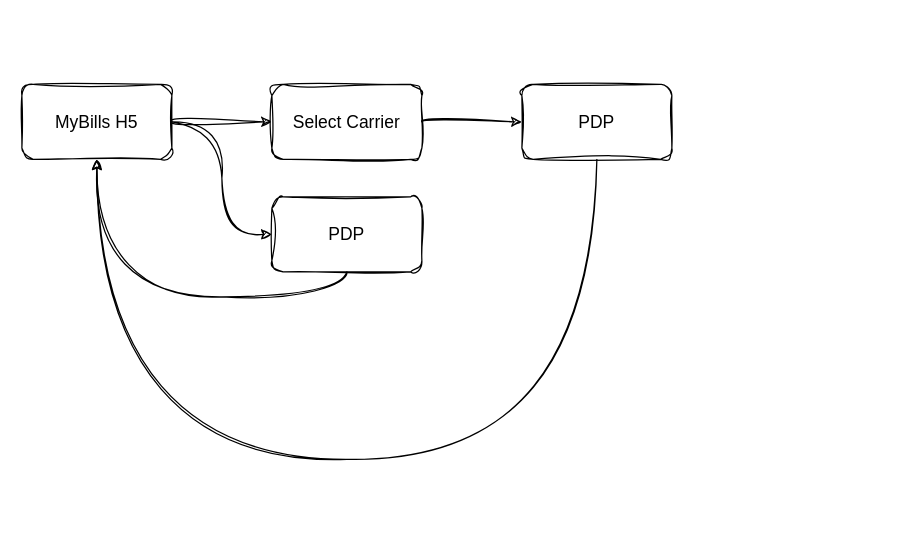
This is page "第 2 页" (2 of 2) of BillCenter.drawio from Darkindom/draw-the-diagrams, a draw.io file, before an edit. Source tidied: cells renumbered, new cells numbered last; positions are measured from the earlier drawing's top-left corner, leaving out a move shared by most shapes. Both pictures are drawn from the tidied source at 125%, with x=0, y=0 at pixel (21, 84).
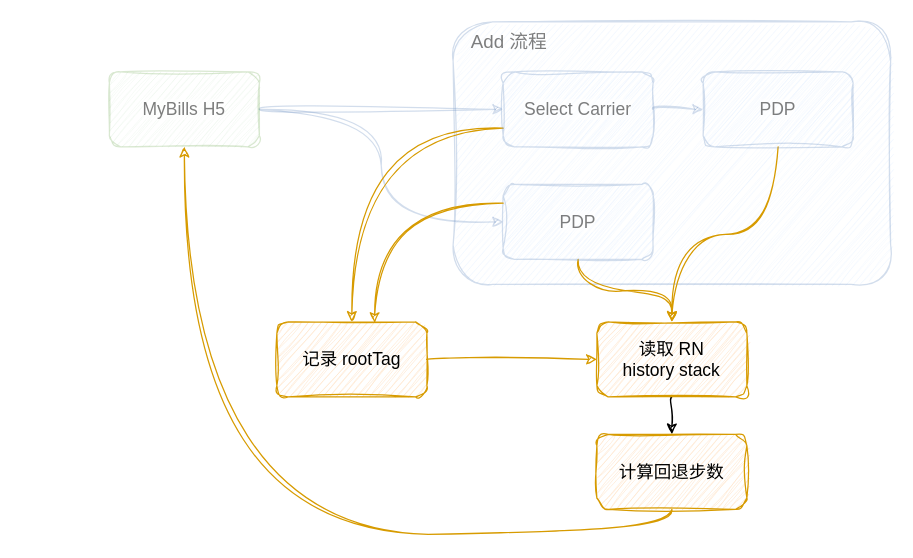
After the change.

Diff of the diagram source:
```diff
@@
+    <mxCell id="11" style="rounded=1;whiteSpace=wrap;html=1;sketch=1;hachureGap=4;jiggle=2;curveFitting=1;fontFamily=Architects Daughter;fontSize=11;labelBackgroundColor=default;fillColor=#dae8fc;strokeColor=#6c8ebf;opacity=30;" parent="1" vertex="1">
+      <mxGeometry x="345" y="-50" width="350" height="210" as="geometry" />
+    </mxCell>
-    <mxCell id="2" style="edgeStyle=orthogonalEdgeStyle;shape=connector;curved=1;rounded=0;sketch=1;hachureGap=4;jiggle=2;curveFitting=1;jettySize=auto;html=1;strokeColor=default;align=center;verticalAlign=middle;fontFamily=手札体-简;fontSize=14;fontColor=default;labelBackgroundColor=default;endArrow=classic;" parent="1" edge="1" source="4" target="6">
+    <mxCell id="2" style="edgeStyle=orthogonalEdgeStyle;shape=connector;curved=1;rounded=0;sketch=1;hachureGap=4;jiggle=2;curveFitting=1;jettySize=auto;html=1;strokeColor=#6c8ebf;align=center;verticalAlign=middle;fontFamily=手札体-简;fontSize=14;fontColor=default;labelBackgroundColor=default;endArrow=classic;fillColor=#dae8fc;opacity=30;" parent="1" edge="1" source="4" target="6">
       <mxGeometry relative="1" as="geometry" />
     </mxCell>
-    <mxCell id="3" style="edgeStyle=orthogonalEdgeStyle;shape=connector;curved=1;rounded=0;sketch=1;hachureGap=4;jiggle=2;curveFitting=1;jettySize=auto;html=1;exitX=1;exitY=0.5;exitDx=0;exitDy=0;entryX=0;entryY=0.5;entryDx=0;entryDy=0;strokeColor=default;align=center;verticalAlign=middle;fontFamily=Architects Daughter;fontSize=11;fontColor=default;labelBackgroundColor=default;endArrow=classic;" parent="1" edge="1" source="4" target="8">
+    <mxCell id="3" style="edgeStyle=orthogonalEdgeStyle;shape=connector;curved=1;rounded=0;sketch=1;hachureGap=4;jiggle=2;curveFitting=1;jettySize=auto;html=1;exitX=1;exitY=0.5;exitDx=0;exitDy=0;entryX=0;entryY=0.5;entryDx=0;entryDy=0;strokeColor=#6c8ebf;align=center;verticalAlign=middle;fontFamily=Architects Daughter;fontSize=11;fontColor=default;labelBackgroundColor=default;endArrow=classic;fillColor=#dae8fc;opacity=30;" parent="1" edge="1" source="4" target="8">
       <mxGeometry relative="1" as="geometry" />
     </mxCell>
-    <mxCell id="4" value="MyBills H5" style="rounded=1;whiteSpace=wrap;html=1;sketch=1;hachureGap=4;jiggle=2;curveFitting=1;fontFamily=手札体-简;fontSize=14;fontColor=default;labelBackgroundColor=default;" parent="1" vertex="1">
-      <mxGeometry width="120" height="60" as="geometry" />
+    <mxCell id="4" value="MyBills H5" style="rounded=1;whiteSpace=wrap;html=1;sketch=1;hachureGap=4;jiggle=2;curveFitting=1;fontFamily=手札体-简;fontSize=14;labelBackgroundColor=default;fillColor=#d5e8d4;strokeColor=#82b366;opacity=30;textOpacity=50;" parent="1" vertex="1">
+      <mxGeometry x="70" y="-10" width="120" height="60" as="geometry" />
     </mxCell>
-    <mxCell id="5" style="edgeStyle=orthogonalEdgeStyle;shape=connector;curved=1;rounded=0;sketch=1;hachureGap=4;jiggle=2;curveFitting=1;jettySize=auto;html=1;strokeColor=default;align=center;verticalAlign=middle;fontFamily=Architects Daughter;fontSize=11;fontColor=default;labelBackgroundColor=default;endArrow=classic;" parent="1" edge="1" source="6" target="10">
+    <mxCell id="5" style="edgeStyle=orthogonalEdgeStyle;shape=connector;curved=1;rounded=0;sketch=1;hachureGap=4;jiggle=2;curveFitting=1;jettySize=auto;html=1;strokeColor=#6c8ebf;align=center;verticalAlign=middle;fontFamily=Architects Daughter;fontSize=11;fontColor=default;labelBackgroundColor=default;endArrow=classic;fillColor=#dae8fc;opacity=30;" parent="1" edge="1" source="6" target="10">
       <mxGeometry relative="1" as="geometry" />
     </mxCell>
+    <mxCell id="12" style="edgeStyle=orthogonalEdgeStyle;shape=connector;curved=1;rounded=0;sketch=1;hachureGap=4;jiggle=2;curveFitting=1;jettySize=auto;html=1;exitX=0;exitY=0.75;exitDx=0;exitDy=0;strokeColor=#d79b00;align=center;verticalAlign=middle;fontFamily=Architects Daughter;fontSize=11;fontColor=default;labelBackgroundColor=default;endArrow=classic;fillColor=#ffe6cc;" parent="1" edge="1" source="6" target="17">
+      <mxGeometry relative="1" as="geometry" />
+    </mxCell>
-    <mxCell id="6" value="Select Carrier" style="rounded=1;whiteSpace=wrap;html=1;sketch=1;hachureGap=4;jiggle=2;curveFitting=1;fontFamily=手札体-简;fontSize=14;fontColor=default;labelBackgroundColor=default;" parent="1" vertex="1">
-      <mxGeometry x="200" width="120" height="60" as="geometry" />
+    <mxCell id="6" value="Select Carrier" style="rounded=1;whiteSpace=wrap;html=1;sketch=1;hachureGap=4;jiggle=2;curveFitting=1;fontFamily=手札体-简;fontSize=14;labelBackgroundColor=default;fillColor=#dae8fc;strokeColor=#6c8ebf;opacity=30;textOpacity=50;" parent="1" vertex="1">
+      <mxGeometry x="385" y="-10" width="120" height="60" as="geometry" />
     </mxCell>
-    <mxCell id="7" style="edgeStyle=orthogonalEdgeStyle;shape=connector;curved=1;rounded=0;sketch=1;hachureGap=4;jiggle=2;curveFitting=1;jettySize=auto;html=1;exitX=0.5;exitY=1;exitDx=0;exitDy=0;entryX=0.5;entryY=1;entryDx=0;entryDy=0;strokeColor=default;align=center;verticalAlign=middle;fontFamily=Architects Daughter;fontSize=11;fontColor=default;labelBackgroundColor=default;endArrow=classic;" parent="1" edge="1" source="8" target="4">
-      <mxGeometry relative="1" as="geometry" />
-    </mxCell>
+    <mxCell id="13" style="edgeStyle=orthogonalEdgeStyle;shape=connector;curved=1;rounded=0;sketch=1;hachureGap=4;jiggle=2;curveFitting=1;jettySize=auto;html=1;exitX=0.5;exitY=1;exitDx=0;exitDy=0;entryX=0.5;entryY=0;entryDx=0;entryDy=0;strokeColor=#d79b00;align=center;verticalAlign=middle;fontFamily=Architects Daughter;fontSize=11;fontColor=default;labelBackgroundColor=default;endArrow=classic;fillColor=#ffe6cc;" parent="1" edge="1" source="8" target="21">
+      <mxGeometry relative="1" as="geometry" />
+    </mxCell>
-    <mxCell id="8" value="PDP" style="rounded=1;whiteSpace=wrap;html=1;sketch=1;hachureGap=4;jiggle=2;curveFitting=1;fontFamily=手札体-简;fontSize=14;fontColor=default;labelBackgroundColor=default;" parent="1" vertex="1">
-      <mxGeometry x="200" y="90" width="120" height="60" as="geometry" />
+    <mxCell id="8" value="PDP" style="rounded=1;whiteSpace=wrap;html=1;sketch=1;hachureGap=4;jiggle=2;curveFitting=1;fontFamily=手札体-简;fontSize=14;labelBackgroundColor=default;fillColor=#dae8fc;strokeColor=#6c8ebf;opacity=30;textOpacity=50;" parent="1" vertex="1">
+      <mxGeometry x="385" y="80" width="120" height="60" as="geometry" />
     </mxCell>
-    <mxCell id="9" style="edgeStyle=orthogonalEdgeStyle;shape=connector;curved=1;rounded=0;sketch=1;hachureGap=4;jiggle=2;curveFitting=1;jettySize=auto;html=1;exitX=0.5;exitY=1;exitDx=0;exitDy=0;entryX=0.5;entryY=1;entryDx=0;entryDy=0;strokeColor=default;align=center;verticalAlign=middle;fontFamily=Architects Daughter;fontSize=11;fontColor=default;labelBackgroundColor=default;endArrow=classic;" parent="1" edge="1" source="10" target="4">
-      <mxGeometry relative="1" as="geometry">
-        <Array as="points">
-          <mxPoint x="460" y="300" />
-          <mxPoint x="60" y="300" />
-        </Array>
-      </mxGeometry>
-    </mxCell>
+    <mxCell id="14" style="edgeStyle=orthogonalEdgeStyle;shape=connector;curved=1;rounded=0;sketch=1;hachureGap=4;jiggle=2;curveFitting=1;jettySize=auto;html=1;exitX=0.5;exitY=1;exitDx=0;exitDy=0;strokeColor=#d79b00;align=center;verticalAlign=middle;fontFamily=Architects Daughter;fontSize=11;fontColor=default;labelBackgroundColor=default;endArrow=classic;fillColor=#ffe6cc;" parent="1" edge="1" source="10">
+      <mxGeometry relative="1" as="geometry">
+        <mxPoint x="520" y="190" as="targetPoint" />
+      </mxGeometry>
+    </mxCell>
-    <mxCell id="10" value="PDP" style="rounded=1;whiteSpace=wrap;html=1;sketch=1;hachureGap=4;jiggle=2;curveFitting=1;fontFamily=手札体-简;fontSize=14;fontColor=default;labelBackgroundColor=default;" parent="1" vertex="1">
-      <mxGeometry x="400" width="120" height="60" as="geometry" />
+    <mxCell id="10" value="PDP" style="rounded=1;whiteSpace=wrap;html=1;sketch=1;hachureGap=4;jiggle=2;curveFitting=1;fontFamily=手札体-简;fontSize=14;labelBackgroundColor=default;fillColor=#dae8fc;strokeColor=#6c8ebf;opacity=30;textOpacity=50;" parent="1" vertex="1">
+      <mxGeometry x="545" y="-10" width="120" height="60" as="geometry" />
     </mxCell>
+    <mxCell id="15" value="Add 流程" style="text;html=1;align=center;verticalAlign=middle;whiteSpace=wrap;rounded=0;fontFamily=手札体-简;fontSize=15;fontColor=default;labelBackgroundColor=none;opacity=30;textOpacity=50;" parent="1" vertex="1">
+      <mxGeometry x="345" y="-50" width="90" height="30" as="geometry" />
+    </mxCell>
+    <mxCell id="16" style="edgeStyle=orthogonalEdgeStyle;shape=connector;curved=1;rounded=0;sketch=1;hachureGap=4;jiggle=2;curveFitting=1;jettySize=auto;html=1;exitX=1;exitY=0.5;exitDx=0;exitDy=0;entryX=0;entryY=0.5;entryDx=0;entryDy=0;strokeColor=#d79b00;align=center;verticalAlign=middle;fontFamily=Architects Daughter;fontSize=11;fontColor=default;labelBackgroundColor=default;endArrow=classic;fillColor=#ffe6cc;" parent="1" edge="1" source="17" target="21">
+      <mxGeometry relative="1" as="geometry" />
+    </mxCell>
+    <mxCell id="17" value="记录 rootTag" style="rounded=1;whiteSpace=wrap;html=1;sketch=1;hachureGap=4;jiggle=2;curveFitting=1;fontFamily=手札体-简;fontSize=14;labelBackgroundColor=none;fillColor=#ffe6cc;strokeColor=#d79b00;" parent="1" vertex="1">
+      <mxGeometry x="204" y="190" width="120" height="60" as="geometry" />
+    </mxCell>
+    <mxCell id="18" style="edgeStyle=orthogonalEdgeStyle;shape=connector;curved=1;rounded=0;sketch=1;hachureGap=4;jiggle=2;curveFitting=1;jettySize=auto;html=1;exitX=0;exitY=0.25;exitDx=0;exitDy=0;entryX=0.652;entryY=0.015;entryDx=0;entryDy=0;entryPerimeter=0;strokeColor=#d79b00;align=center;verticalAlign=middle;fontFamily=Architects Daughter;fontSize=11;fontColor=default;labelBackgroundColor=default;endArrow=classic;fillColor=#ffe6cc;" parent="1" edge="1" source="8" target="17">
+      <mxGeometry relative="1" as="geometry" />
+    </mxCell>
+    <mxCell id="19" style="edgeStyle=orthogonalEdgeStyle;shape=connector;curved=1;rounded=0;sketch=1;hachureGap=4;jiggle=2;curveFitting=1;jettySize=auto;html=1;exitX=0.5;exitY=1;exitDx=0;exitDy=0;entryX=0.5;entryY=1;entryDx=0;entryDy=0;strokeColor=#d79b00;align=center;verticalAlign=middle;fontFamily=Architects Daughter;fontSize=11;fontColor=default;labelBackgroundColor=default;endArrow=classic;fillColor=#ffe6cc;" parent="1" edge="1" source="22" target="4">
+      <mxGeometry relative="1" as="geometry" />
+    </mxCell>
+    <mxCell id="20" style="edgeStyle=orthogonalEdgeStyle;shape=connector;curved=1;rounded=0;sketch=1;hachureGap=4;jiggle=2;curveFitting=1;jettySize=auto;html=1;exitX=0.5;exitY=1;exitDx=0;exitDy=0;entryX=0.5;entryY=0;entryDx=0;entryDy=0;strokeColor=default;align=center;verticalAlign=middle;fontFamily=Architects Daughter;fontSize=11;fontColor=default;labelBackgroundColor=default;endArrow=classic;" parent="1" edge="1" source="21" target="22">
+      <mxGeometry relative="1" as="geometry" />
+    </mxCell>
+    <mxCell id="21" value="读取 RN&lt;div&gt;history stack&lt;/div&gt;" style="rounded=1;whiteSpace=wrap;html=1;sketch=1;hachureGap=4;jiggle=2;curveFitting=1;fontFamily=手札体-简;fontSize=14;labelBackgroundColor=none;fillColor=#ffe6cc;strokeColor=#d79b00;" parent="1" vertex="1">
+      <mxGeometry x="460" y="190" width="120" height="60" as="geometry" />
+    </mxCell>
+    <mxCell id="22" value="计算回退步数" style="rounded=1;whiteSpace=wrap;html=1;sketch=1;hachureGap=4;jiggle=2;curveFitting=1;fontFamily=手札体-简;fontSize=14;labelBackgroundColor=none;fillColor=#ffe6cc;strokeColor=#d79b00;" parent="1" vertex="1">
+      <mxGeometry x="460" y="280" width="120" height="60" as="geometry" />
+    </mxCell>
```
